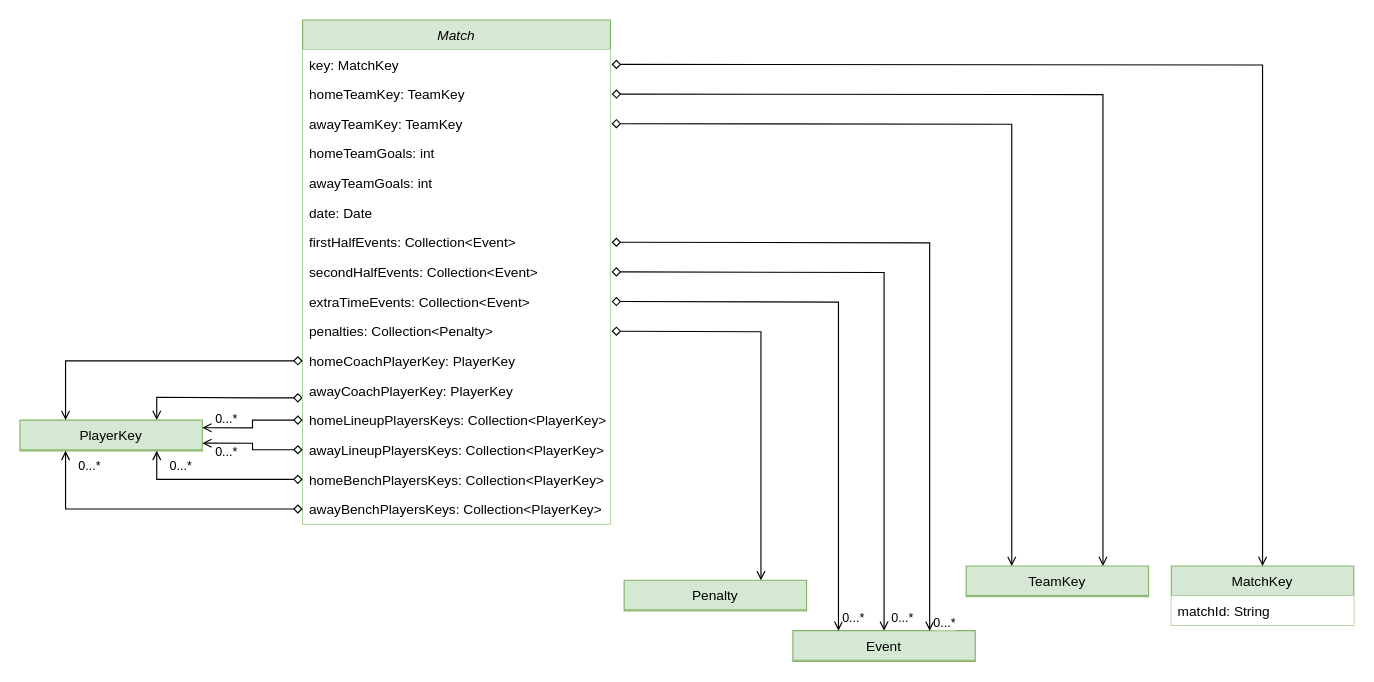
Before: page "Match" (5 of 8) of docs/Overall.drawio in BrunoMNDantas/FlashscoreAPI, a draw.io diagram. Source tidied: cells renumbered, new cells numbered last; positions are measured from the earlier drawing's top-left corner, leaving out a move shared by most shapes. Both pictures are drawn from the tidied source at 114%, with x=0, y=0 at pixel (19, 19).
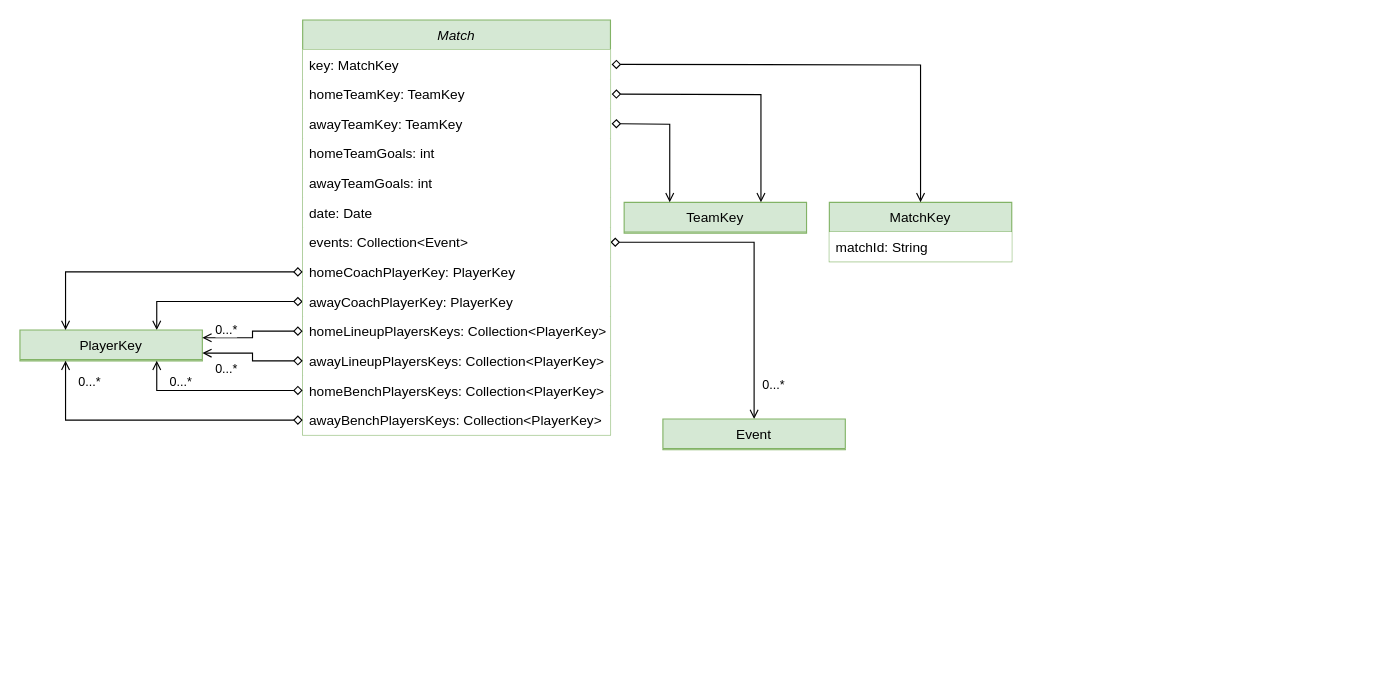
The same diagram, later.

Diff of the diagram source:
```diff
@@
-    <mxCell id="2" style="edgeStyle=orthogonalEdgeStyle;rounded=0;jettySize=auto;html=1;exitX=1;exitY=0.5;exitDx=0;exitDy=0;entryX=0.5;entryY=0;entryDx=0;entryDy=0;endArrow=open;endFill=0;startArrow=diamond;startFill=0;" parent="1" edge="1" target="26">
-      <mxGeometry relative="1" as="geometry">
-        <mxPoint x="519" y="221" as="sourcePoint" />
-      </mxGeometry>
+    <mxCell id="2" style="edgeStyle=orthogonalEdgeStyle;rounded=0;jettySize=auto;html=1;exitX=1;exitY=0.5;exitDx=0;exitDy=0;entryX=0.5;entryY=0;entryDx=0;entryDy=0;endArrow=open;endFill=0;startArrow=diamond;startFill=0;" parent="1" edge="1" source="12" target="26">
+      <mxGeometry relative="1" as="geometry" />
     </mxCell>
     <mxCell id="3" value="0...*" style="edgeLabel;html=1;align=center;verticalAlign=middle;" parent="2" vertex="1">
       <mxGeometry x="0.47" y="-4" relative="1" as="geometry">
-        <mxPoint x="19" y="135" as="offset" />
+        <mxPoint x="20" y="43" as="offset" />
       </mxGeometry>
     </mxCell>
-    <mxCell id="4" style="edgeStyle=orthogonalEdgeStyle;rounded=0;jettySize=auto;html=1;exitX=0;exitY=0.75;exitDx=0;exitDy=0;entryX=0.75;entryY=0;entryDx=0;entryDy=0;startArrow=diamond;startFill=0;endArrow=open;endFill=0;" parent="1" edge="1" source="5" target="35">
+    <mxCell id="4" style="edgeStyle=orthogonalEdgeStyle;rounded=0;jettySize=auto;html=1;exitX=0;exitY=0.5;exitDx=0;exitDy=0;entryX=0.75;entryY=0;entryDx=0;entryDy=0;startArrow=diamond;startFill=0;endArrow=open;endFill=0;" parent="1" edge="1" source="17" target="35">
       <mxGeometry relative="1" as="geometry" />
     </mxCell>
     <mxCell id="5" value="Match" style="swimlane;fontStyle=2;align=center;verticalAlign=top;horizontal=1;startSize=26;rounded=0;shadow=0;strokeWidth=1;fillColor=#d5e8d4;strokeColor=#82b366;" parent="1" vertex="1">
-      <mxGeometry x="248" width="270" height="442" as="geometry" />
+      <mxGeometry x="248" width="270" height="364" as="geometry" />
     </mxCell>
@@
-    <mxCell id="12" value="firstHalfEvents: Collection&lt;Event&gt;" style="text;align=left;verticalAlign=top;spacingLeft=4;spacingRight=4;overflow=hidden;points=[[0,0.5],[1,0.5]];portConstraint=eastwest;rounded=0;shadow=0;html=0;fillColor=default;" parent="5" vertex="1">
+    <mxCell id="12" value="events: Collection&lt;Event&gt;" style="text;align=left;verticalAlign=top;spacingLeft=4;spacingRight=4;overflow=hidden;points=[[0,0.5],[1,0.5]];portConstraint=eastwest;rounded=0;shadow=0;html=0;fillColor=default;" parent="5" vertex="1">
       <mxGeometry y="182" width="270" height="26" as="geometry" />
     </mxCell>
-    <mxCell id="13" value="secondHalfEvents: Collection&lt;Event&gt;" style="text;align=left;verticalAlign=top;spacingLeft=4;spacingRight=4;overflow=hidden;rounded=0;shadow=0;html=0;fillColor=default;" parent="5" vertex="1">
-      <mxGeometry y="208" width="270" height="26" as="geometry" />
-    </mxCell>
-    <mxCell id="14" value="extraTimeEvents: Collection&lt;Event&gt;" style="text;align=left;verticalAlign=top;spacingLeft=4;spacingRight=4;overflow=hidden;rounded=0;shadow=0;html=0;fillColor=default;" parent="5" vertex="1">
-      <mxGeometry y="234" width="270" height="26" as="geometry" />
-    </mxCell>
-    <mxCell id="15" value="penalties: Collection&lt;Penalty&gt;" style="text;align=left;verticalAlign=top;spacingLeft=4;spacingRight=4;overflow=hidden;rounded=0;shadow=0;html=0;fillColor=default;" parent="5" vertex="1">
-      <mxGeometry y="260" width="270" height="26" as="geometry" />
-    </mxCell>
     <mxCell id="16" value="homeCoachPlayerKey: PlayerKey" style="text;align=left;verticalAlign=top;spacingLeft=4;spacingRight=4;overflow=hidden;points=[[0,0.5],[1,0.5]];portConstraint=eastwest;rounded=0;shadow=0;html=0;fillColor=default;" parent="5" vertex="1">
-      <mxGeometry y="286" width="270" height="26" as="geometry" />
+      <mxGeometry y="208" width="270" height="26" as="geometry" />
     </mxCell>
     <mxCell id="17" value="awayCoachPlayerKey: PlayerKey" style="text;align=left;verticalAlign=top;spacingLeft=4;spacingRight=4;overflow=hidden;points=[[0,0.5],[1,0.5]];portConstraint=eastwest;rounded=0;shadow=0;html=0;fillColor=default;" parent="5" vertex="1">
-      <mxGeometry y="312" width="270" height="26" as="geometry" />
+      <mxGeometry y="234" width="270" height="26" as="geometry" />
     </mxCell>
     <mxCell id="18" value="homeLineupPlayersKeys: Collection&lt;PlayerKey&gt;" style="text;align=left;verticalAlign=top;spacingLeft=4;spacingRight=4;overflow=hidden;points=[[0,0.5],[1,0.5]];portConstraint=eastwest;rounded=0;shadow=0;html=0;fillColor=default;" parent="5" vertex="1">
-      <mxGeometry y="338" width="270" height="26" as="geometry" />
+      <mxGeometry y="260" width="270" height="26" as="geometry" />
     </mxCell>
     <mxCell id="19" value="awayLineupPlayersKeys: Collection&lt;PlayerKey&gt;" style="text;align=left;verticalAlign=top;spacingLeft=4;spacingRight=4;overflow=hidden;points=[[0,0.5],[1,0.5]];portConstraint=eastwest;rounded=0;shadow=0;html=0;fillColor=default;" parent="5" vertex="1">
-      <mxGeometry y="364" width="270" height="26" as="geometry" />
+      <mxGeometry y="286" width="270" height="26" as="geometry" />
     </mxCell>
     <mxCell id="20" value="homeBenchPlayersKeys: Collection&lt;PlayerKey&gt;" style="text;align=left;verticalAlign=top;spacingLeft=4;spacingRight=4;overflow=hidden;points=[[0,0.5],[1,0.5]];portConstraint=eastwest;rounded=0;shadow=0;html=0;fillColor=default;" parent="5" vertex="1">
-      <mxGeometry y="390" width="270" height="26" as="geometry" />
+      <mxGeometry y="312" width="270" height="26" as="geometry" />
     </mxCell>
     <mxCell id="21" value="awayBenchPlayersKeys: Collection&lt;PlayerKey&gt;" style="text;align=left;verticalAlign=top;spacingLeft=4;spacingRight=4;overflow=hidden;points=[[0,0.5],[1,0.5]];portConstraint=eastwest;rounded=0;shadow=0;html=0;fillColor=default;" parent="5" vertex="1">
-      <mxGeometry y="416" width="270" height="26" as="geometry" />
+      <mxGeometry y="338" width="270" height="26" as="geometry" />
     </mxCell>
     <mxCell id="22" value="MatchKey" style="swimlane;fontStyle=0;align=center;verticalAlign=top;horizontal=1;startSize=26;rounded=0;shadow=0;strokeWidth=1;fillColor=#d5e8d4;strokeColor=#82b366;" parent="1" vertex="1">
-      <mxGeometry x="1010" y="479" width="160" height="52" as="geometry" />
+      <mxGeometry x="710" y="160" width="160" height="52" as="geometry" />
     </mxCell>
@@
     <mxCell id="25" value="TeamKey" style="swimlane;fontStyle=0;align=center;verticalAlign=top;horizontal=1;startSize=26;rounded=0;shadow=0;strokeWidth=1;fillColor=#d5e8d4;strokeColor=#82b366;" parent="1" vertex="1">
-      <mxGeometry x="830" y="479" width="160" height="27" as="geometry" />
+      <mxGeometry x="530" y="160" width="160" height="27" as="geometry" />
     </mxCell>
     <mxCell id="26" value="Event" style="swimlane;fontStyle=0;align=center;verticalAlign=top;horizontal=1;startSize=26;rounded=0;shadow=0;strokeWidth=1;fillColor=#d5e8d4;strokeColor=#82b366;" parent="1" vertex="1">
-      <mxGeometry x="678" y="535.7" width="160" height="27" as="geometry" />
+      <mxGeometry x="564" y="350" width="160" height="27" as="geometry" />
     </mxCell>
@@
-    <mxCell id="29" value="Penalty" style="swimlane;fontStyle=0;align=center;verticalAlign=top;horizontal=1;startSize=26;rounded=0;shadow=0;strokeWidth=1;fillColor=#d5e8d4;strokeColor=#82b366;" parent="1" vertex="1">
-      <mxGeometry x="530" y="491.5" width="160" height="27" as="geometry" />
-    </mxCell>
-    <mxCell id="30" style="edgeStyle=orthogonalEdgeStyle;rounded=0;jettySize=auto;html=1;exitX=1;exitY=0.5;exitDx=0;exitDy=0;entryX=0.75;entryY=0;entryDx=0;entryDy=0;endArrow=open;endFill=0;startArrow=diamond;startFill=0;" parent="1" edge="1" target="26">
-      <mxGeometry relative="1" as="geometry">
-        <mxPoint x="519" y="195" as="sourcePoint" />
-      </mxGeometry>
-    </mxCell>
-    <mxCell id="31" value="0...*" style="edgeLabel;html=1;align=center;verticalAlign=middle;" parent="30" vertex="1">
-      <mxGeometry x="0.36" y="2" relative="1" as="geometry">
-        <mxPoint x="10" y="191" as="offset" />
-      </mxGeometry>
-    </mxCell>
-    <mxCell id="32" style="edgeStyle=orthogonalEdgeStyle;rounded=0;jettySize=auto;html=1;exitX=1;exitY=0.5;exitDx=0;exitDy=0;entryX=0.25;entryY=0;entryDx=0;entryDy=0;endArrow=open;endFill=0;startArrow=diamond;startFill=0;" parent="1" edge="1" target="26">
-      <mxGeometry relative="1" as="geometry">
-        <mxPoint x="519" y="247" as="sourcePoint" />
-      </mxGeometry>
-    </mxCell>
-    <mxCell id="33" value="0...*" style="edgeLabel;html=1;align=center;verticalAlign=middle;" parent="32" vertex="1">
-      <mxGeometry x="0.41" y="-2" relative="1" as="geometry">
-        <mxPoint x="14" y="133" as="offset" />
-      </mxGeometry>
-    </mxCell>
-    <mxCell id="34" style="edgeStyle=orthogonalEdgeStyle;rounded=0;jettySize=auto;html=1;exitX=1;exitY=0.5;exitDx=0;exitDy=0;entryX=0.75;entryY=0;entryDx=0;entryDy=0;endArrow=open;endFill=0;startArrow=diamond;startFill=0;" parent="1" edge="1" target="29">
-      <mxGeometry relative="1" as="geometry">
-        <mxPoint x="519" y="273" as="sourcePoint" />
-      </mxGeometry>
-    </mxCell>
     <mxCell id="35" value="PlayerKey" style="swimlane;fontStyle=0;align=center;verticalAlign=top;horizontal=1;startSize=26;rounded=0;shadow=0;strokeWidth=1;fillColor=#d5e8d4;strokeColor=#82b366;" parent="1" vertex="1">
-      <mxGeometry y="351" width="160" height="27" as="geometry" />
+      <mxGeometry y="272" width="160" height="27" as="geometry" />
     </mxCell>
@@
     <mxCell id="42" value="0...*" style="edgeLabel;html=1;align=center;verticalAlign=middle;" parent="1" vertex="1">
-      <mxGeometry x="180" y="378" as="geometry" />
+      <mxGeometry x="180" y="305" as="geometry" />
     </mxCell>
     <mxCell id="43" value="0...*" style="edgeLabel;html=1;align=center;verticalAlign=middle;" parent="1" vertex="1">
-      <mxGeometry x="140" y="390" as="geometry" />
+      <mxGeometry x="140" y="317" as="geometry" />
     </mxCell>
     <mxCell id="44" value="0...*" style="edgeLabel;html=1;align=center;verticalAlign=middle;" parent="1" vertex="1">
-      <mxGeometry x="60" y="390" as="geometry" />
+      <mxGeometry x="60" y="317" as="geometry" />
     </mxCell>
```
